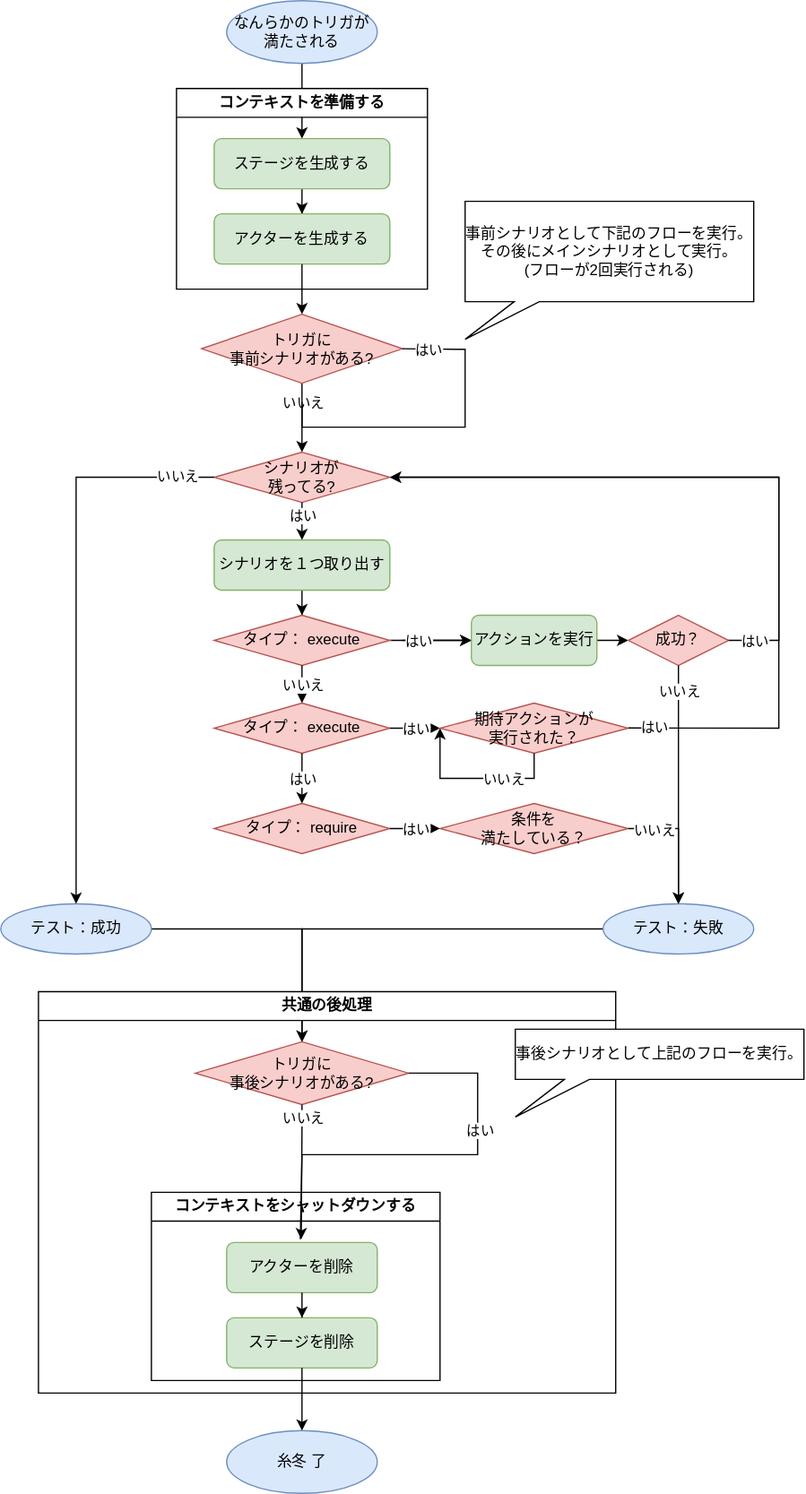
TeamKun/Scenamatica keeps this draw.io diagram as docs/use/scenario/images/scenario.svg. Above is the earlier version. Source tidied: cells renumbered, new cells last; positions are measured from the earlier drawing's top-left corner, leaving out a move shared by most shapes.
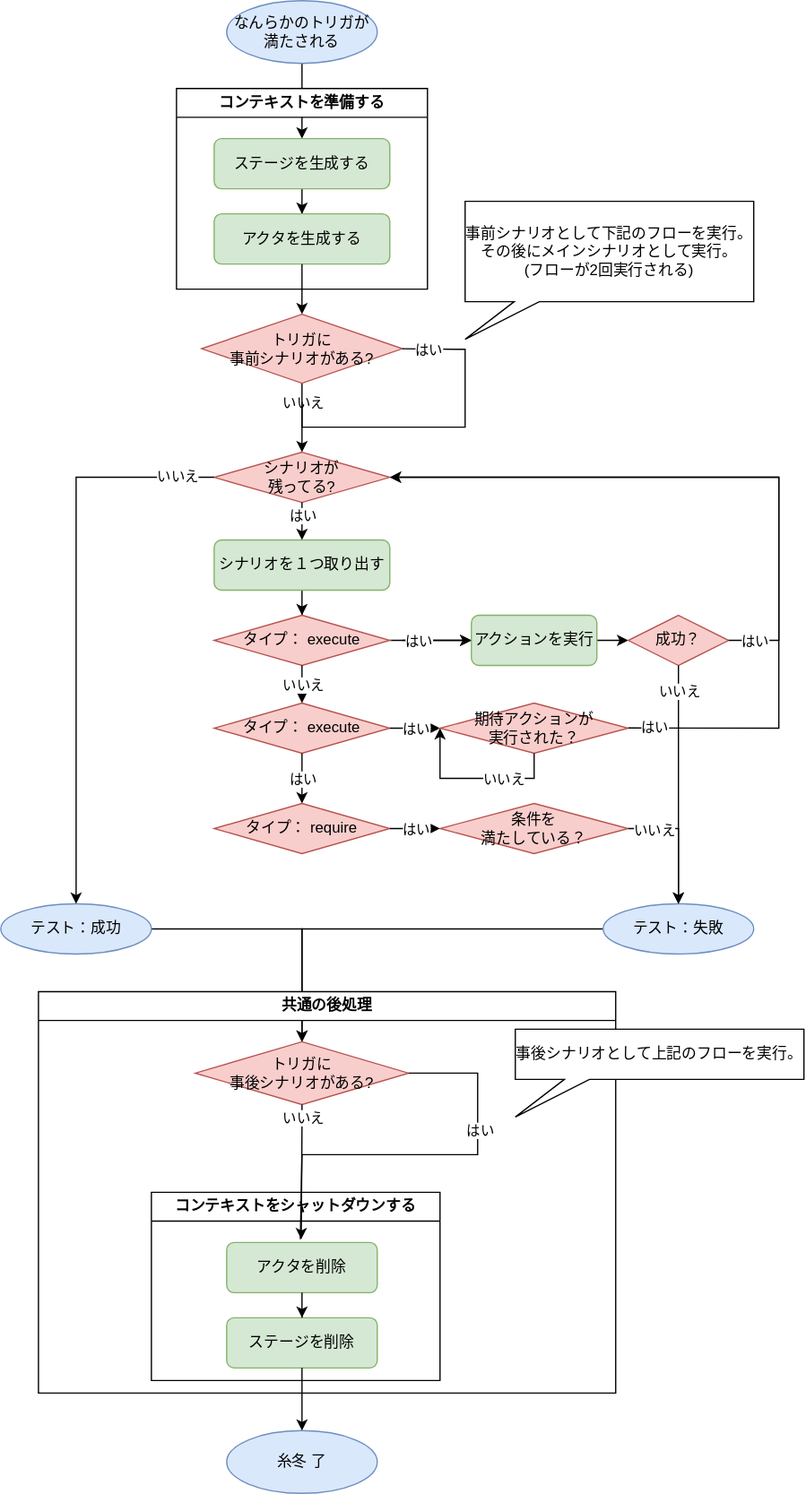
Later version of the same file.

What changed in the source:
```diff
@@ -14,7 +14,7 @@
     <mxCell id="5" value="ステージを生成する" style="rounded=1;whiteSpace=wrap;html=1;fillColor=#d5e8d4;strokeColor=#82b366;" parent="3" vertex="1">
       <mxGeometry x="30" y="40" width="140" height="40" as="geometry" />
     </mxCell>
-    <mxCell id="6" value="アクターを生成する" style="rounded=1;whiteSpace=wrap;html=1;fillColor=#d5e8d4;strokeColor=#82b366;" parent="3" vertex="1">
+    <mxCell id="6" value="アクタを生成する" style="rounded=1;whiteSpace=wrap;html=1;fillColor=#d5e8d4;strokeColor=#82b366;" parent="3" vertex="1">
       <mxGeometry x="30" y="100" width="140" height="40" as="geometry" />
     </mxCell>
     <mxCell id="7" value="シナリオが&lt;br&gt;残ってる?" style="rhombus;whiteSpace=wrap;html=1;fillColor=#f8cecc;strokeColor=#b85450;" parent="1" vertex="1">
@@ -228,7 +228,7 @@
     <mxCell id="55" value="ステージを削除" style="rounded=1;whiteSpace=wrap;html=1;fillColor=#d5e8d4;strokeColor=#82b366;" parent="54" vertex="1">
       <mxGeometry x="60" y="100" width="120" height="40" as="geometry" />
     </mxCell>
-    <mxCell id="56" value="アクターを削除" style="rounded=1;whiteSpace=wrap;html=1;fillColor=#d5e8d4;strokeColor=#82b366;" parent="54" vertex="1">
+    <mxCell id="56" value="アクタを削除" style="rounded=1;whiteSpace=wrap;html=1;fillColor=#d5e8d4;strokeColor=#82b366;" parent="54" vertex="1">
       <mxGeometry x="60" y="40" width="120" height="40" as="geometry" />
     </mxCell>
     <mxCell id="57" style="edgeStyle=orthogonalEdgeStyle;rounded=0;jettySize=auto;html=1;entryX=0.5;entryY=0;entryDx=0;entryDy=0;" parent="54" edge="1" source="56" target="55">
```
